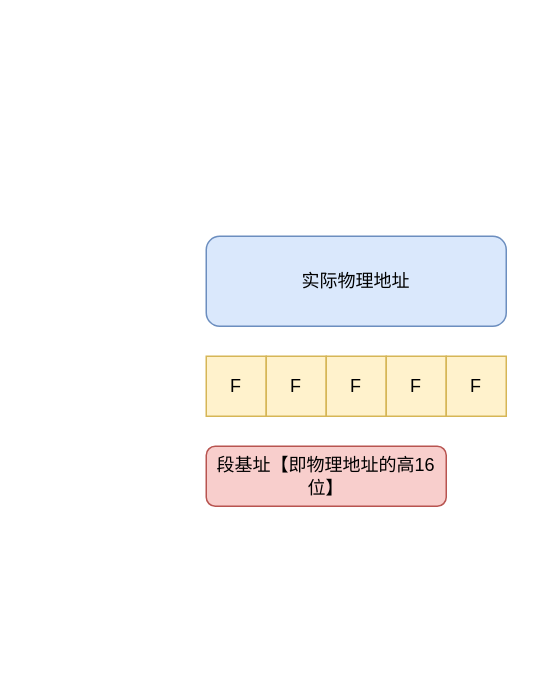
Above: 未命名绘图.drawio in xktder/draw (draw.io), before the change. Source tidied: cells renumbered, new cells numbered last; positions are measured from the earlier drawing's top-left corner, leaving out a move shared by most shapes. Both pictures are drawn from the tidied source at 150%, with x=0, y=0 at pixel (206, 236).
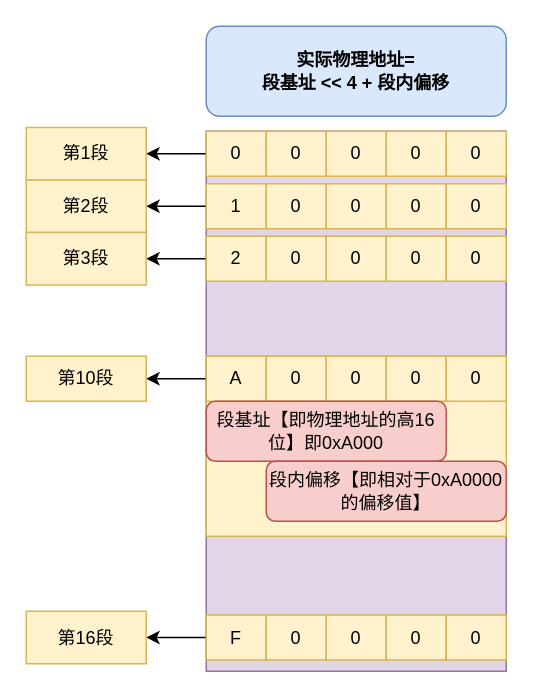
Above is the later version.

Commit message (it also covers changes not shown here):
更新未命名绘图.drawio

Change to the diagram source:
```diff
@@
+    <mxCell id="8" value="实际物理地址=&lt;br&gt;段基址 &amp;lt;&amp;lt; 4 + 段内偏移" style="rounded=1;whiteSpace=wrap;html=1;fillColor=#dae8fc;strokeColor=#6c8ebf;fontStyle=1;" parent="1" vertex="1">
+      <mxGeometry y="-140" width="200" height="60" as="geometry" />
+    </mxCell>
+    <mxCell id="9" style="rounded=0;whiteSpace=wrap;html=1;fillColor=#e1d5e7;strokeColor=#9673a6;" parent="1" vertex="1">
+      <mxGeometry y="-70" width="200" height="360" as="geometry" />
+    </mxCell>
+    <mxCell id="10" style="rounded=0;whiteSpace=wrap;html=1;fillColor=#fff2cc;strokeColor=#d6b656;" parent="1" vertex="1">
+      <mxGeometry y="80" width="200" height="120" as="geometry" />
+    </mxCell>
+    <mxCell id="11" style="edgeStyle=orthogonalEdgeStyle;rounded=0;jettySize=auto;html=1;" parent="1" edge="1" source="2" target="33">
+      <mxGeometry relative="1" as="geometry" />
+    </mxCell>
-    <mxCell id="2" value="F" style="rounded=0;whiteSpace=wrap;html=1;fillColor=#fff2cc;strokeColor=#d6b656;" parent="1" vertex="1">
-      <mxGeometry y="80" width="40" height="40" as="geometry" />
+    <mxCell id="2" value="A" style="rounded=0;whiteSpace=wrap;html=1;fillColor=#fff2cc;strokeColor=#d6b656;" parent="1" vertex="1">
+      <mxGeometry y="80" width="40" height="30" as="geometry" />
     </mxCell>
-    <mxCell id="3" value="F" style="rounded=0;whiteSpace=wrap;html=1;fillColor=#fff2cc;strokeColor=#d6b656;" parent="1" vertex="1">
-      <mxGeometry x="40" y="80" width="40" height="40" as="geometry" />
+    <mxCell id="3" value="0" style="rounded=0;whiteSpace=wrap;html=1;fillColor=#fff2cc;strokeColor=#d6b656;" parent="1" vertex="1">
+      <mxGeometry x="40" y="80" width="40" height="30" as="geometry" />
     </mxCell>
-    <mxCell id="4" value="F" style="rounded=0;whiteSpace=wrap;html=1;fillColor=#fff2cc;strokeColor=#d6b656;" parent="1" vertex="1">
-      <mxGeometry x="80" y="80" width="40" height="40" as="geometry" />
+    <mxCell id="4" value="0" style="rounded=0;whiteSpace=wrap;html=1;fillColor=#fff2cc;strokeColor=#d6b656;" parent="1" vertex="1">
+      <mxGeometry x="80" y="80" width="40" height="30" as="geometry" />
     </mxCell>
-    <mxCell id="5" value="F" style="rounded=0;whiteSpace=wrap;html=1;fillColor=#fff2cc;strokeColor=#d6b656;" parent="1" vertex="1">
-      <mxGeometry x="120" y="80" width="40" height="40" as="geometry" />
+    <mxCell id="5" value="0" style="rounded=0;whiteSpace=wrap;html=1;fillColor=#fff2cc;strokeColor=#d6b656;" parent="1" vertex="1">
+      <mxGeometry x="120" y="80" width="40" height="30" as="geometry" />
     </mxCell>
-    <mxCell id="6" value="F" style="rounded=0;whiteSpace=wrap;html=1;fillColor=#fff2cc;strokeColor=#d6b656;" parent="1" vertex="1">
-      <mxGeometry x="160" y="80" width="40" height="40" as="geometry" />
+    <mxCell id="6" value="0" style="rounded=0;whiteSpace=wrap;html=1;fillColor=#fff2cc;strokeColor=#d6b656;" parent="1" vertex="1">
+      <mxGeometry x="160" y="80" width="40" height="30" as="geometry" />
     </mxCell>
+    <mxCell id="12" style="edgeStyle=orthogonalEdgeStyle;rounded=0;jettySize=auto;html=1;" parent="1" edge="1" source="13" target="18">
+      <mxGeometry relative="1" as="geometry" />
+    </mxCell>
+    <mxCell id="13" value="0" style="rounded=0;whiteSpace=wrap;html=1;fillColor=#fff2cc;strokeColor=#d6b656;" parent="1" vertex="1">
+      <mxGeometry y="-70" width="40" height="30" as="geometry" />
+    </mxCell>
+    <mxCell id="14" value="0" style="rounded=0;whiteSpace=wrap;html=1;fillColor=#fff2cc;strokeColor=#d6b656;" parent="1" vertex="1">
+      <mxGeometry x="40" y="-70" width="40" height="30" as="geometry" />
+    </mxCell>
+    <mxCell id="15" value="0" style="rounded=0;whiteSpace=wrap;html=1;fillColor=#fff2cc;strokeColor=#d6b656;" parent="1" vertex="1">
+      <mxGeometry x="80" y="-70" width="40" height="30" as="geometry" />
+    </mxCell>
+    <mxCell id="16" value="0" style="rounded=0;whiteSpace=wrap;html=1;fillColor=#fff2cc;strokeColor=#d6b656;" parent="1" vertex="1">
+      <mxGeometry x="120" y="-70" width="40" height="30" as="geometry" />
+    </mxCell>
+    <mxCell id="17" value="0" style="rounded=0;whiteSpace=wrap;html=1;fillColor=#fff2cc;strokeColor=#d6b656;" parent="1" vertex="1">
+      <mxGeometry x="160" y="-70" width="40" height="30" as="geometry" />
+    </mxCell>
+    <mxCell id="18" value="第1段" style="whiteSpace=wrap;html=1;fillColor=#fff2cc;strokeColor=#d6b656;rounded=0;" parent="1" vertex="1">
+      <mxGeometry x="-120" y="-72.5" width="80" height="35" as="geometry" />
+    </mxCell>
+    <mxCell id="19" style="edgeStyle=orthogonalEdgeStyle;rounded=0;jettySize=auto;html=1;" parent="1" edge="1" source="20" target="25">
+      <mxGeometry relative="1" as="geometry" />
+    </mxCell>
+    <mxCell id="20" value="1" style="rounded=0;whiteSpace=wrap;html=1;fillColor=#fff2cc;strokeColor=#d6b656;" parent="1" vertex="1">
+      <mxGeometry y="-35" width="40" height="30" as="geometry" />
+    </mxCell>
+    <mxCell id="21" value="0" style="rounded=0;whiteSpace=wrap;html=1;fillColor=#fff2cc;strokeColor=#d6b656;" parent="1" vertex="1">
+      <mxGeometry x="40" y="-35" width="40" height="30" as="geometry" />
+    </mxCell>
+    <mxCell id="22" value="0" style="rounded=0;whiteSpace=wrap;html=1;fillColor=#fff2cc;strokeColor=#d6b656;" parent="1" vertex="1">
+      <mxGeometry x="80" y="-35" width="40" height="30" as="geometry" />
+    </mxCell>
+    <mxCell id="23" value="0" style="rounded=0;whiteSpace=wrap;html=1;fillColor=#fff2cc;strokeColor=#d6b656;" parent="1" vertex="1">
+      <mxGeometry x="120" y="-35" width="40" height="30" as="geometry" />
+    </mxCell>
+    <mxCell id="24" value="0" style="rounded=0;whiteSpace=wrap;html=1;fillColor=#fff2cc;strokeColor=#d6b656;" parent="1" vertex="1">
+      <mxGeometry x="160" y="-35" width="40" height="30" as="geometry" />
+    </mxCell>
+    <mxCell id="25" value="第2段" style="whiteSpace=wrap;html=1;fillColor=#fff2cc;strokeColor=#d6b656;rounded=0;" parent="1" vertex="1">
+      <mxGeometry x="-120" y="-37.5" width="80" height="35" as="geometry" />
+    </mxCell>
+    <mxCell id="26" style="edgeStyle=orthogonalEdgeStyle;rounded=0;jettySize=auto;html=1;" parent="1" edge="1" source="27" target="32">
+      <mxGeometry relative="1" as="geometry" />
+    </mxCell>
+    <mxCell id="27" value="2" style="rounded=0;whiteSpace=wrap;html=1;fillColor=#fff2cc;strokeColor=#d6b656;" parent="1" vertex="1">
+      <mxGeometry width="40" height="30" as="geometry" />
+    </mxCell>
+    <mxCell id="28" value="0" style="rounded=0;whiteSpace=wrap;html=1;fillColor=#fff2cc;strokeColor=#d6b656;" parent="1" vertex="1">
+      <mxGeometry x="40" width="40" height="30" as="geometry" />
+    </mxCell>
+    <mxCell id="29" value="0" style="rounded=0;whiteSpace=wrap;html=1;fillColor=#fff2cc;strokeColor=#d6b656;" parent="1" vertex="1">
+      <mxGeometry x="80" width="40" height="30" as="geometry" />
+    </mxCell>
+    <mxCell id="30" value="0" style="rounded=0;whiteSpace=wrap;html=1;fillColor=#fff2cc;strokeColor=#d6b656;" parent="1" vertex="1">
+      <mxGeometry x="120" width="40" height="30" as="geometry" />
+    </mxCell>
+    <mxCell id="31" value="0" style="rounded=0;whiteSpace=wrap;html=1;fillColor=#fff2cc;strokeColor=#d6b656;" parent="1" vertex="1">
+      <mxGeometry x="160" width="40" height="30" as="geometry" />
+    </mxCell>
+    <mxCell id="32" value="第3段" style="whiteSpace=wrap;html=1;fillColor=#fff2cc;strokeColor=#d6b656;rounded=0;" parent="1" vertex="1">
+      <mxGeometry x="-120" y="-2.5" width="80" height="35" as="geometry" />
+    </mxCell>
-    <mxCell id="7" value="段基址【即物理地址的高16位】" style="rounded=1;whiteSpace=wrap;html=1;fillColor=#f8cecc;strokeColor=#b85450;" parent="1" vertex="1">
-      <mxGeometry y="140" width="160" height="40" as="geometry" />
+    <mxCell id="7" value="段基址【即物理地址的高16位】即0xA000" style="rounded=1;whiteSpace=wrap;html=1;fillColor=#f8cecc;strokeColor=#b85450;" parent="1" vertex="1">
+      <mxGeometry y="110" width="160" height="40" as="geometry" />
     </mxCell>
-    <mxCell id="8" value="实际物理地址" style="rounded=1;whiteSpace=wrap;html=1;fillColor=#dae8fc;strokeColor=#6c8ebf;" parent="1" vertex="1">
-      <mxGeometry width="200" height="60" as="geometry" />
-    </mxCell>
+    <mxCell id="33" value="第10段" style="whiteSpace=wrap;html=1;fillColor=#fff2cc;strokeColor=#d6b656;rounded=0;" parent="1" vertex="1">
+      <mxGeometry x="-120" y="80" width="80" height="30" as="geometry" />
+    </mxCell>
+    <mxCell id="34" style="edgeStyle=orthogonalEdgeStyle;rounded=0;jettySize=auto;html=1;" parent="1" edge="1" source="35" target="40">
+      <mxGeometry relative="1" as="geometry" />
+    </mxCell>
+    <mxCell id="35" value="F" style="rounded=0;whiteSpace=wrap;html=1;fillColor=#fff2cc;strokeColor=#d6b656;" parent="1" vertex="1">
+      <mxGeometry y="252.5" width="40" height="30" as="geometry" />
+    </mxCell>
+    <mxCell id="36" value="0" style="rounded=0;whiteSpace=wrap;html=1;fillColor=#fff2cc;strokeColor=#d6b656;" parent="1" vertex="1">
+      <mxGeometry x="40" y="252.5" width="40" height="30" as="geometry" />
+    </mxCell>
+    <mxCell id="37" value="0" style="rounded=0;whiteSpace=wrap;html=1;fillColor=#fff2cc;strokeColor=#d6b656;" parent="1" vertex="1">
+      <mxGeometry x="80" y="252.5" width="40" height="30" as="geometry" />
+    </mxCell>
+    <mxCell id="38" value="0" style="rounded=0;whiteSpace=wrap;html=1;fillColor=#fff2cc;strokeColor=#d6b656;" parent="1" vertex="1">
+      <mxGeometry x="120" y="252.5" width="40" height="30" as="geometry" />
+    </mxCell>
+    <mxCell id="39" value="0" style="rounded=0;whiteSpace=wrap;html=1;fillColor=#fff2cc;strokeColor=#d6b656;" parent="1" vertex="1">
+      <mxGeometry x="160" y="252.5" width="40" height="30" as="geometry" />
+    </mxCell>
+    <mxCell id="40" value="第16段" style="whiteSpace=wrap;html=1;fillColor=#fff2cc;strokeColor=#d6b656;rounded=0;" parent="1" vertex="1">
+      <mxGeometry x="-120" y="250" width="80" height="35" as="geometry" />
+    </mxCell>
+    <mxCell id="41" value="段内偏移【即相对于0xA0000的偏移值】" style="rounded=1;whiteSpace=wrap;html=1;fillColor=#f8cecc;strokeColor=#b85450;" parent="1" vertex="1">
+      <mxGeometry x="40" y="150" width="160" height="40" as="geometry" />
+    </mxCell>
```
